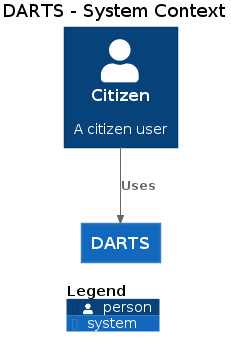
This is docs/c4/darts/images/structurizr-darts-context.png from hmcts/cnp-api-docs, a PlantUML export, as it was before one commit.
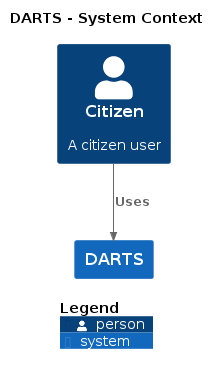
The same file after the commit.

Change to the diagram source:
```diff
@@ -3,13 +3,13 @@
 
 top to bottom direction
 
-!includeurl https://raw.githubusercontent.com/plantuml-stdlib/C4-PlantUML/master/C4.puml
-!includeurl https://raw.githubusercontent.com/plantuml-stdlib/C4-PlantUML/master/C4_Context.puml
+!include https://raw.githubusercontent.com/plantuml-stdlib/C4-PlantUML/master/C4.puml
+!include https://raw.githubusercontent.com/plantuml-stdlib/C4-PlantUML/master/C4_Context.puml
 
-System(DARTS, "DARTS", "")
-Person(Citizen, "Citizen", "A citizen user")
+System(DARTS, "DARTS", "", $tags="")
+Person(Citizen, "Citizen", "A citizen user", $tags="")
 
-Rel_D(Citizen, DARTS, "Uses")
+Rel_D(Citizen, DARTS, "Uses", $tags="")
 
 SHOW_DYNAMIC_LEGEND()
 @enduml
```
